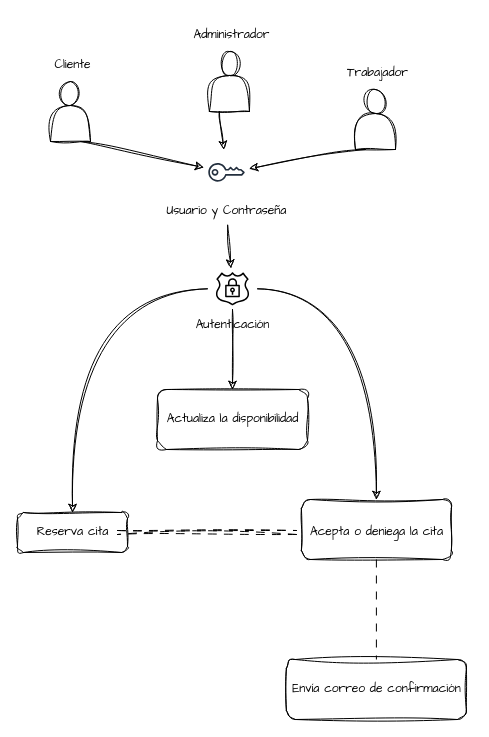
The draw.io diagram Diagrama sin título.drawio in carterror/citalegal-transconsul, before the edit. Source tidied: cells renumbered, new cells numbered last; positions are measured from the earlier drawing's top-left corner, leaving out a move shared by most shapes. Both pictures are drawn from the tidied source at 100%, with x=0, y=0 at pixel (17, 19).
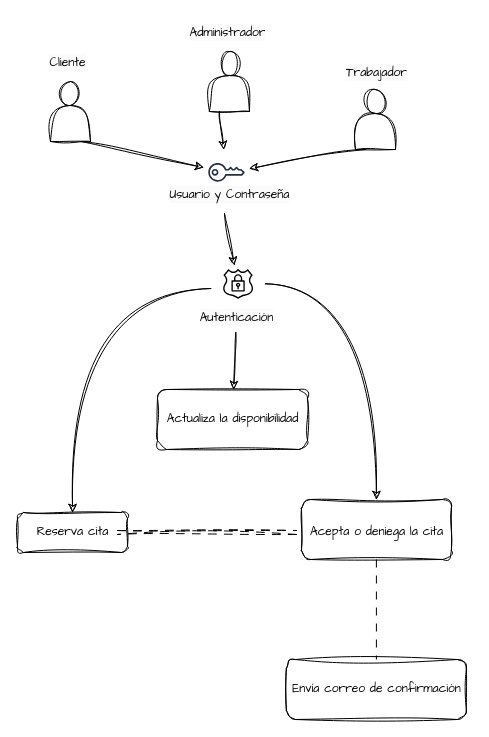
The same page after the edit.

Unchanged cells that the change refers to:
```xml
<mxCell id="2" style="group;rounded=1;" parent="1" vertex="1">
  <mxGeometry x="25" y="30" width="60" height="92" as="geometry" />
</mxCell>
<mxCell id="5" style="group;rounded=1;" parent="1" vertex="1">
  <mxGeometry x="183.9" width="80" height="92" as="geometry" />
</mxCell>
<mxCell id="8" style="group;" parent="1" vertex="1">
  <mxGeometry x="136.9" y="130" width="150" height="90" as="geometry" />
</mxCell>
<mxCell id="27" style="group;rounded=1;" parent="1" vertex="1">
  <mxGeometry x="330" y="38" width="80" height="92" as="geometry" />
</mxCell>
<mxCell id="32" style="rounded=1;whiteSpace=wrap;html=1;align=center;verticalAlign=top;fontFamily=Helvetica;fontSize=12;fontColor=default;fontStyle=0;labelBackgroundColor=default;fillColor=none;gradientColor=none;sketch=1;curveFitting=1;jiggle=2;" parent="31" vertex="1">
  <mxGeometry width="150" height="60" as="geometry" />
</mxCell>
```

The edit, as a diff of the source:
```diff
@@
-    <mxCell id="4" value="&lt;p&gt;&lt;font face=&quot;Comic Sans MS&quot;&gt;Cliente&lt;/font&gt;&lt;/p&gt;" style="text;html=1;align=center;verticalAlign=middle;strokeColor=none;fillColor=none;rounded=1;" parent="2" vertex="1">
-      <mxGeometry y="-10" width="60" height="50" as="geometry" />
-    </mxCell>
@@
-    <mxCell id="7" value="&lt;font face=&quot;Comic Sans MS&quot;&gt;Administrador&lt;/font&gt;" style="text;html=1;align=center;verticalAlign=middle;strokeColor=none;fillColor=none;rounded=1;" parent="5" vertex="1">
-      <mxGeometry x="-20" width="100" height="30" as="geometry" />
-    </mxCell>
@@
+    <mxCell id="10" value="Add-on" style="outlineConnect=0;fontColor=#232F3E;gradientColor=none;strokeColor=#232F3E;fillColor=#ffffff;dashed=0;verticalLabelPosition=bottom;verticalAlign=top;align=center;html=1;fontSize=12;fontStyle=0;shape=mxgraph.aws4.resourceIcon;resIcon=mxgraph.aws4.addon;overflow=hidden;noLabel=1;" parent="8" vertex="1">
+      <mxGeometry x="49.3" width="45.7" height="45.7" as="geometry" />
+    </mxCell>
-    <mxCell id="9" value="&lt;font face=&quot;Comic Sans MS&quot;&gt;Usuario y Contraseña&lt;/font&gt;" style="text;html=1;align=center;verticalAlign=middle;points=[];strokeColor=none;fillColor=none;rounded=1;" parent="8" vertex="1">
-      <mxGeometry x="2.1" y="45.7" width="140" height="30" as="geometry" />
+    <mxCell id="9" value="&lt;span style=&quot;font-family: &amp;quot;Comic Sans MS&amp;quot;; background-color: rgb(251, 251, 251);&quot;&gt;Usuario y Contraseña&lt;/span&gt;" style="text;html=1;align=center;verticalAlign=middle;points=[];strokeColor=none;fillColor=none;fontFamily=Helvetica;fontSize=12;fontColor=default;fontStyle=0;labelBackgroundColor=default;" parent="8" vertex="1">
+      <mxGeometry x="5" y="30" width="140" height="30" as="geometry" />
     </mxCell>
-    <mxCell id="10" value="Add-on" style="outlineConnect=0;fontColor=#232F3E;gradientColor=none;strokeColor=#232F3E;fillColor=#ffffff;dashed=0;verticalLabelPosition=bottom;verticalAlign=top;align=center;html=1;fontSize=12;fontStyle=0;shape=mxgraph.aws4.resourceIcon;resIcon=mxgraph.aws4.addon;overflow=hidden;noLabel=1;" parent="8" vertex="1">
-      <mxGeometry x="49.3" width="45.7" height="45.7" as="geometry" />
-    </mxCell>
-    <mxCell id="11" style="jettySize=auto;html=1;fontFamily=Helvetica;fontSize=12;fontColor=default;fontStyle=0;sketch=1;curveFitting=1;jiggle=2;" parent="1" edge="1" source="9" target="16">
+    <mxCell id="11" style="jettySize=auto;html=1;fontFamily=Helvetica;fontSize=12;fontColor=default;fontStyle=0;sketch=1;curveFitting=1;jiggle=2;exitX=0.465;exitY=1.133;exitDx=0;exitDy=0;exitPerimeter=0;" parent="1" edge="1" source="9" target="16">
       <mxGeometry relative="1" as="geometry" />
     </mxCell>
@@
-    <mxCell id="14" style="group;" parent="1" vertex="1">
-      <mxGeometry x="151.1" y="220" width="127.9" height="100" as="geometry" />
+    <mxCell id="14" style="group;noLabel=0;overflow=visible;" parent="1" vertex="1">
+      <mxGeometry x="151.1" y="220" width="138.9" height="90" as="geometry" />
     </mxCell>
     <mxCell id="15" style="group;" parent="14" vertex="1">
-      <mxGeometry width="127.9" height="70" as="geometry" />
+      <mxGeometry width="138.9" height="63" as="geometry" />
     </mxCell>
     <mxCell id="16" value="SSL padlock" style="outlineConnect=0;verticalLabelPosition=bottom;verticalAlign=middle;align=center;html=1;fontSize=12;fontStyle=0;shape=mxgraph.aws4.resourceIcon;resIcon=mxgraph.aws4.ssl_padlock;noLabel=1;portConstraintRotation=0;snapToPoint=0;fixDash=0;backgroundOutline=0;fixedWidth=1;comic=0;linecap=square;shadow=0;linejoin=round;fontFamily=Helvetica;fontColor=default;fillColor=default;gradientColor=none;strokeColor=default;rounded=1;" parent="15" vertex="1">
-      <mxGeometry x="38.8" y="28.6" width="50.2" height="41.4" as="geometry" />
+      <mxGeometry x="42.2" y="25.7" width="54.6" height="37.3" as="geometry" />
     </mxCell>
-    <mxCell id="17" value="&lt;font face=&quot;Comic Sans MS&quot;&gt;Autenticación&lt;/font&gt;" style="text;html=1;align=center;verticalAlign=middle;points=[];strokeColor=none;fillColor=none;rounded=1;" parent="14" vertex="1">
-      <mxGeometry x="13.9" y="70" width="100" height="30" as="geometry" />
-    </mxCell>
@@
-    <mxCell id="21" style="edgeStyle=none;shape=connector;rounded=1;sketch=1;jiggle=2;curveFitting=1;jettySize=auto;html=1;strokeColor=default;align=center;verticalAlign=middle;fontFamily=Helvetica;fontSize=12;fontColor=default;fontStyle=0;labelBackgroundColor=default;endArrow=classic;" parent="1" edge="1" source="16" target="32">
+    <mxCell id="21" style="edgeStyle=none;shape=connector;rounded=1;sketch=1;jiggle=2;curveFitting=1;jettySize=auto;html=1;strokeColor=default;align=center;verticalAlign=middle;fontFamily=Helvetica;fontSize=12;fontColor=default;fontStyle=0;labelBackgroundColor=default;endArrow=classic;" parent="1" edge="1" source="17" target="32">
       <mxGeometry relative="1" as="geometry" />
     </mxCell>
@@
-    <mxCell id="29" value="&lt;font face=&quot;Comic Sans MS&quot;&gt;Trabajador&lt;/font&gt;" style="text;html=1;align=center;verticalAlign=middle;strokeColor=none;fillColor=none;rounded=1;" parent="27" vertex="1">
-      <mxGeometry x="-15" width="90" height="30" as="geometry" />
+    <mxCell id="29" value="&lt;span style=&quot;font-family: &amp;quot;Comic Sans MS&amp;quot;; background-color: rgb(251, 251, 251);&quot;&gt;Trabajador&lt;/span&gt;" style="text;html=1;align=center;verticalAlign=middle;strokeColor=none;fillColor=none;fontFamily=Helvetica;fontSize=12;fontColor=default;fontStyle=0;labelBackgroundColor=default;" parent="27" vertex="1">
+      <mxGeometry x="-16.1" width="90" height="30" as="geometry" />
     </mxCell>
@@
+    <mxCell id="39" style="edgeStyle=none;shape=connector;rounded=1;sketch=1;jiggle=2;curveFitting=1;jettySize=auto;html=1;strokeColor=default;align=center;verticalAlign=middle;fontFamily=Helvetica;fontSize=12;fontColor=default;fontStyle=0;labelBackgroundColor=default;endArrow=classic;" parent="1" edge="1" source="16" target="17">
+      <mxGeometry relative="1" as="geometry" />
+    </mxCell>
+    <mxCell id="17" value="&lt;span style=&quot;font-family: &amp;quot;Comic Sans MS&amp;quot;; background-color: rgb(251, 251, 251);&quot;&gt;Autenticación&lt;/span&gt;" style="text;html=1;align=center;verticalAlign=middle;points=[];strokeColor=none;fillColor=none;fontFamily=Helvetica;fontSize=12;fontColor=default;fontStyle=0;labelBackgroundColor=default;" parent="1" vertex="1">
+      <mxGeometry x="168.9" y="283" width="100" height="30" as="geometry" />
+    </mxCell>
+    <mxCell id="4" value="&lt;span style=&quot;font-family: &amp;quot;Comic Sans MS&amp;quot;; background-color: rgb(251, 251, 251);&quot;&gt;Cliente&lt;/span&gt;" style="text;html=1;align=center;verticalAlign=middle;strokeColor=none;fillColor=none;fontFamily=Helvetica;fontSize=12;fontColor=default;fontStyle=0;labelBackgroundColor=default;" parent="1" vertex="1">
+      <mxGeometry x="20" y="28" width="60" height="30" as="geometry" />
+    </mxCell>
+    <mxCell id="7" value="&lt;span style=&quot;font-family: &amp;quot;Comic Sans MS&amp;quot;; background-color: rgb(251, 251, 251);&quot;&gt;Administrador&lt;/span&gt;" style="text;html=1;align=center;verticalAlign=middle;strokeColor=none;fillColor=none;fontFamily=Helvetica;fontSize=12;fontColor=default;fontStyle=0;labelBackgroundColor=default;" parent="1" vertex="1">
+      <mxGeometry x="160" y="-2" width="100" height="30" as="geometry" />
+    </mxCell>
```
